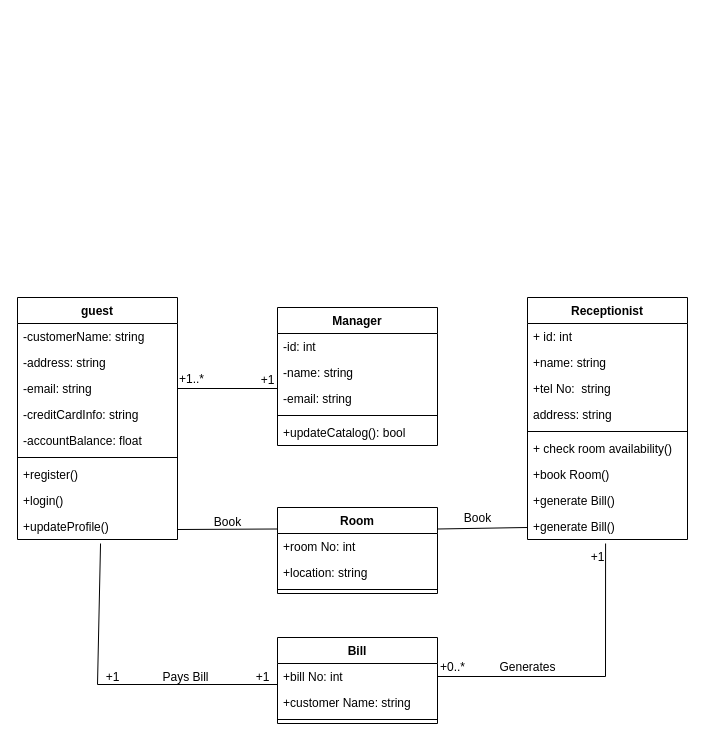
AhmedTarek-95/System-Desine keeps this draw.io diagram as Class diagram2.drawio. Above is the earlier version. Source tidied: cells renumbered, new cells numbered last; positions are measured from the earlier drawing's top-left corner, leaving out a move shared by most shapes. Both pictures are drawn from the tidied source at 100%, with x=0, y=0 at pixel (17, 297).
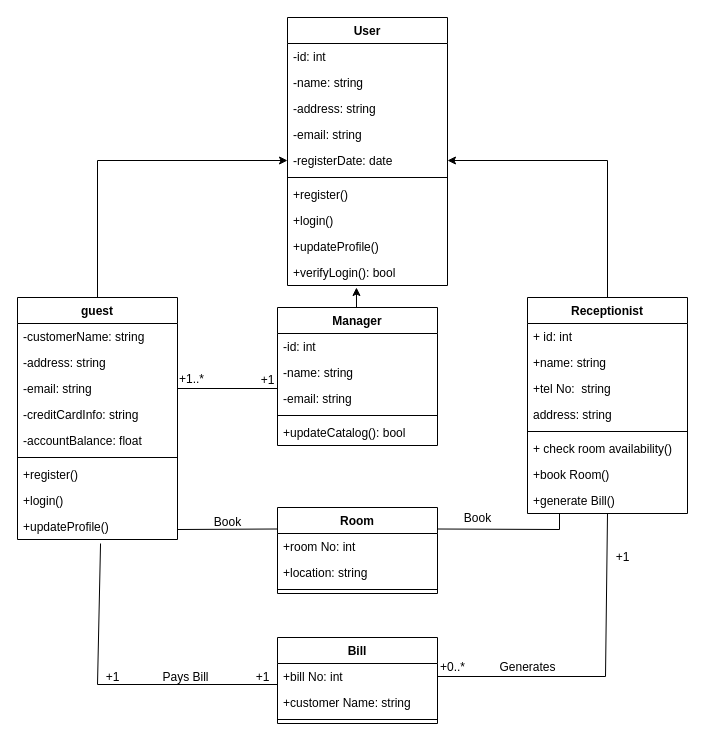
The same page after the edit.

The change refers to these unchanged cells:
```xml
<mxCell id="2" value="Manager" style="swimlane;fontStyle=1;align=center;verticalAlign=top;horizontal=1;startSize=26;" parent="1" vertex="1">
  <mxGeometry x="260" y="10" width="160" height="138" as="geometry" />
</mxCell>
<mxCell id="8" value="guest" style="swimlane;fontStyle=1;align=center;verticalAlign=top;horizontal=1;startSize=26;" parent="1" vertex="1">
  <mxGeometry width="160" height="242" as="geometry" />
</mxCell>
<mxCell id="19" value="Room" style="swimlane;fontStyle=1;align=center;verticalAlign=top;horizontal=1;startSize=26;" parent="1" vertex="1">
  <mxGeometry x="260" y="210" width="160" height="86" as="geometry" />
</mxCell>
<mxCell id="31" value="+generate Bill()" style="text;strokeColor=none;fillColor=none;align=left;verticalAlign=top;spacingLeft=4;spacingRight=4;overflow=hidden;points=[[0,0.5],[1,0.5]];portConstraint=eastwest;" parent="23" vertex="1">
  <mxGeometry y="190" width="160" height="26" as="geometry" />
</mxCell>
<mxCell id="36" value="+bill No: int" style="text;strokeColor=none;fillColor=none;align=left;verticalAlign=top;spacingLeft=4;spacingRight=4;overflow=hidden;points=[[0,0.5],[1,0.5]];portConstraint=eastwest;" parent="35" vertex="1">
  <mxGeometry y="26" width="160" height="26" as="geometry" />
</mxCell>
```

The edit, as a diff of the source:
```diff
@@
+    <mxCell id="51" style="edgeStyle=orthogonalEdgeStyle;rounded=0;jumpSize=6;jettySize=auto;html=1;exitX=0.5;exitY=0;exitDx=0;exitDy=0;entryX=0.431;entryY=1.077;entryDx=0;entryDy=0;entryPerimeter=0;endSize=6;strokeWidth=1;" parent="1" edge="1" source="2" target="64">
+      <mxGeometry relative="1" as="geometry" />
+    </mxCell>
@@
+    <mxCell id="52" style="edgeStyle=orthogonalEdgeStyle;rounded=0;jumpSize=6;jettySize=auto;html=1;exitX=0.5;exitY=0;exitDx=0;exitDy=0;endSize=6;strokeWidth=1;" parent="1" edge="1" source="8" target="59">
+      <mxGeometry relative="1" as="geometry" />
+    </mxCell>
@@
+    <mxCell id="53" style="edgeStyle=orthogonalEdgeStyle;rounded=0;jumpSize=6;jettySize=auto;html=1;exitX=0.5;exitY=0;exitDx=0;exitDy=0;entryX=1;entryY=0.5;entryDx=0;entryDy=0;endSize=6;strokeWidth=1;" parent="1" edge="1" source="23" target="59">
+      <mxGeometry relative="1" as="geometry" />
+    </mxCell>
     <mxCell id="23" value="Receptionist" style="swimlane;fontStyle=1;align=center;verticalAlign=top;horizontal=1;startSize=26;" parent="1" vertex="1">
-      <mxGeometry x="510" width="160" height="242" as="geometry" />
+      <mxGeometry x="510" width="160" height="216" as="geometry" />
     </mxCell>
@@
-    <mxCell id="32" value="+generate Bill()" style="text;strokeColor=none;fillColor=none;align=left;verticalAlign=top;spacingLeft=4;spacingRight=4;overflow=hidden;points=[[0,0.5],[1,0.5]];portConstraint=eastwest;" parent="23" vertex="1">
-      <mxGeometry y="216" width="160" height="26" as="geometry" />
-    </mxCell>
@@
-    <mxCell id="34" style="endArrow=none;html=1;rounded=0;entryX=0.488;entryY=1.154;entryDx=0;entryDy=0;entryPerimeter=0;exitX=1;exitY=0.5;exitDx=0;exitDy=0;" parent="1" edge="1" source="36" target="32">
+    <mxCell id="34" style="endArrow=none;html=1;rounded=0;entryX=0.5;entryY=1;entryDx=0;entryDy=0;entryPerimeter=0;exitX=1;exitY=0.5;exitDx=0;exitDy=0;" parent="1" edge="1" source="36" target="31">
       <mxGeometry relative="1" as="geometry">
         <Array as="points">
           <mxPoint x="588" y="379" />
         </Array>
       </mxGeometry>
     </mxCell>
@@
-    <mxCell id="40" style="endArrow=none;html=1;rounded=0;entryX=1;entryY=0.25;entryDx=0;entryDy=0;" parent="1" edge="1" target="19">
+    <mxCell id="40" style="endArrow=none;html=1;rounded=0;entryX=1;entryY=0.25;entryDx=0;entryDy=0;exitX=0.2;exitY=1;exitDx=0;exitDy=0;exitPerimeter=0;" parent="1" edge="1" source="31" target="19">
       <mxGeometry relative="1" as="geometry">
-        <mxPoint x="510" y="230" as="sourcePoint" />
+        <Array as="points">
+          <mxPoint x="542" y="232" />
+        </Array>
       </mxGeometry>
     </mxCell>
@@
     <mxCell id="46" value="+1" style="text;html=1;align=center;verticalAlign=middle;strokeColor=none;fillColor=none;" parent="1" vertex="1">
-      <mxGeometry x="565" y="250" width="30" height="20" as="geometry" />
+      <mxGeometry x="590" y="250" width="30" height="20" as="geometry" />
     </mxCell>
@@
+    <mxCell id="54" value="User" style="swimlane;fontStyle=1;align=center;verticalAlign=top;horizontal=1;startSize=26;" parent="1" vertex="1">
+      <mxGeometry x="270" y="-280" width="160" height="268" as="geometry" />
+    </mxCell>
+    <mxCell id="55" value="-id: int" style="text;strokeColor=none;fillColor=none;align=left;verticalAlign=top;spacingLeft=4;spacingRight=4;overflow=hidden;" parent="54" vertex="1">
+      <mxGeometry y="26" width="160" height="26" as="geometry" />
+    </mxCell>
+    <mxCell id="56" value="-name: string" style="text;strokeColor=none;fillColor=none;align=left;verticalAlign=top;spacingLeft=4;spacingRight=4;overflow=hidden;" parent="54" vertex="1">
+      <mxGeometry y="52" width="160" height="26" as="geometry" />
+    </mxCell>
+    <mxCell id="57" value="-address: string" style="text;strokeColor=none;fillColor=none;align=left;verticalAlign=top;spacingLeft=4;spacingRight=4;overflow=hidden;" parent="54" vertex="1">
+      <mxGeometry y="78" width="160" height="26" as="geometry" />
+    </mxCell>
+    <mxCell id="58" value="-email: string" style="text;strokeColor=none;fillColor=none;align=left;verticalAlign=top;spacingLeft=4;spacingRight=4;overflow=hidden;" parent="54" vertex="1">
+      <mxGeometry y="104" width="160" height="26" as="geometry" />
+    </mxCell>
+    <mxCell id="59" value="-registerDate: date" style="text;strokeColor=none;fillColor=none;align=left;verticalAlign=top;spacingLeft=4;spacingRight=4;overflow=hidden;points=[[0,0.5],[1,0.5]];portConstraint=eastwest;" parent="54" vertex="1">
+      <mxGeometry y="130" width="160" height="26" as="geometry" />
+    </mxCell>
+    <mxCell id="60" style="line;strokeWidth=1;fillColor=none;align=left;verticalAlign=middle;spacingTop=-1;spacingLeft=3;spacingRight=3;labelPosition=right;" parent="54" vertex="1">
+      <mxGeometry y="156" width="160" height="8" as="geometry" />
+    </mxCell>
+    <mxCell id="61" value="+register()" style="text;strokeColor=none;fillColor=none;align=left;verticalAlign=top;spacingLeft=4;spacingRight=4;overflow=hidden;" parent="54" vertex="1">
+      <mxGeometry y="164" width="160" height="26" as="geometry" />
+    </mxCell>
+    <mxCell id="62" value="+login()" style="text;strokeColor=none;fillColor=none;align=left;verticalAlign=top;spacingLeft=4;spacingRight=4;overflow=hidden;" parent="54" vertex="1">
+      <mxGeometry y="190" width="160" height="26" as="geometry" />
+    </mxCell>
+    <mxCell id="63" value="+updateProfile()" style="text;strokeColor=none;fillColor=none;align=left;verticalAlign=top;spacingLeft=4;spacingRight=4;overflow=hidden;" parent="54" vertex="1">
+      <mxGeometry y="216" width="160" height="26" as="geometry" />
+    </mxCell>
+    <mxCell id="64" value="+verifyLogin(): bool" style="text;strokeColor=none;fillColor=none;align=left;verticalAlign=top;spacingLeft=4;spacingRight=4;overflow=hidden;points=[[0,0.5],[1,0.5]];portConstraint=eastwest;" parent="54" vertex="1">
+      <mxGeometry y="242" width="160" height="26" as="geometry" />
+    </mxCell>
```
